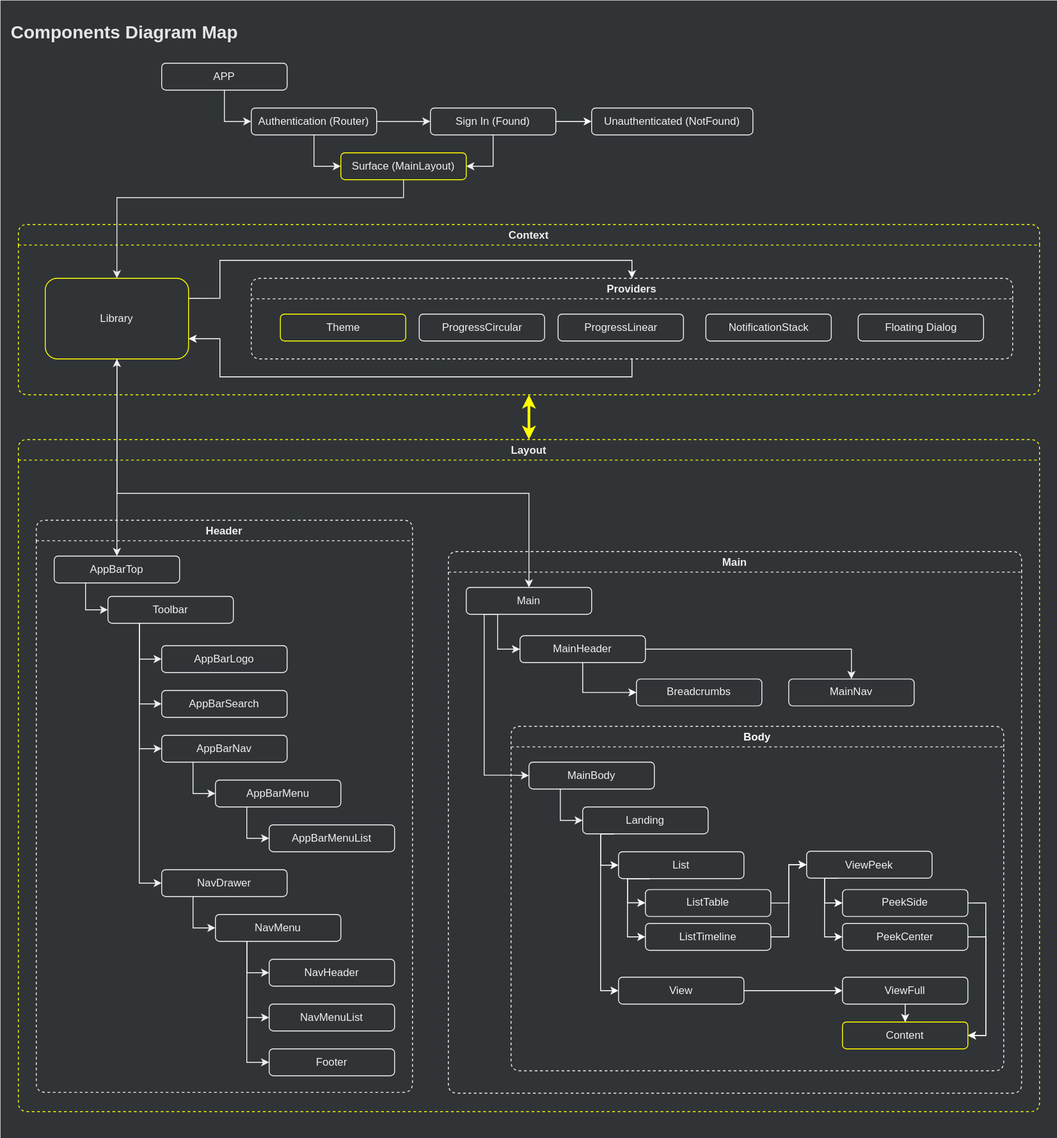
Earlier version of the draw.io export diagrams/juvpro/components-diagram-map.svg (tcjpd/tcjpd.github.io). Source tidied: cells renumbered, new cells last; positions are measured from the earlier drawing's top-left corner, leaving out a move shared by most shapes.
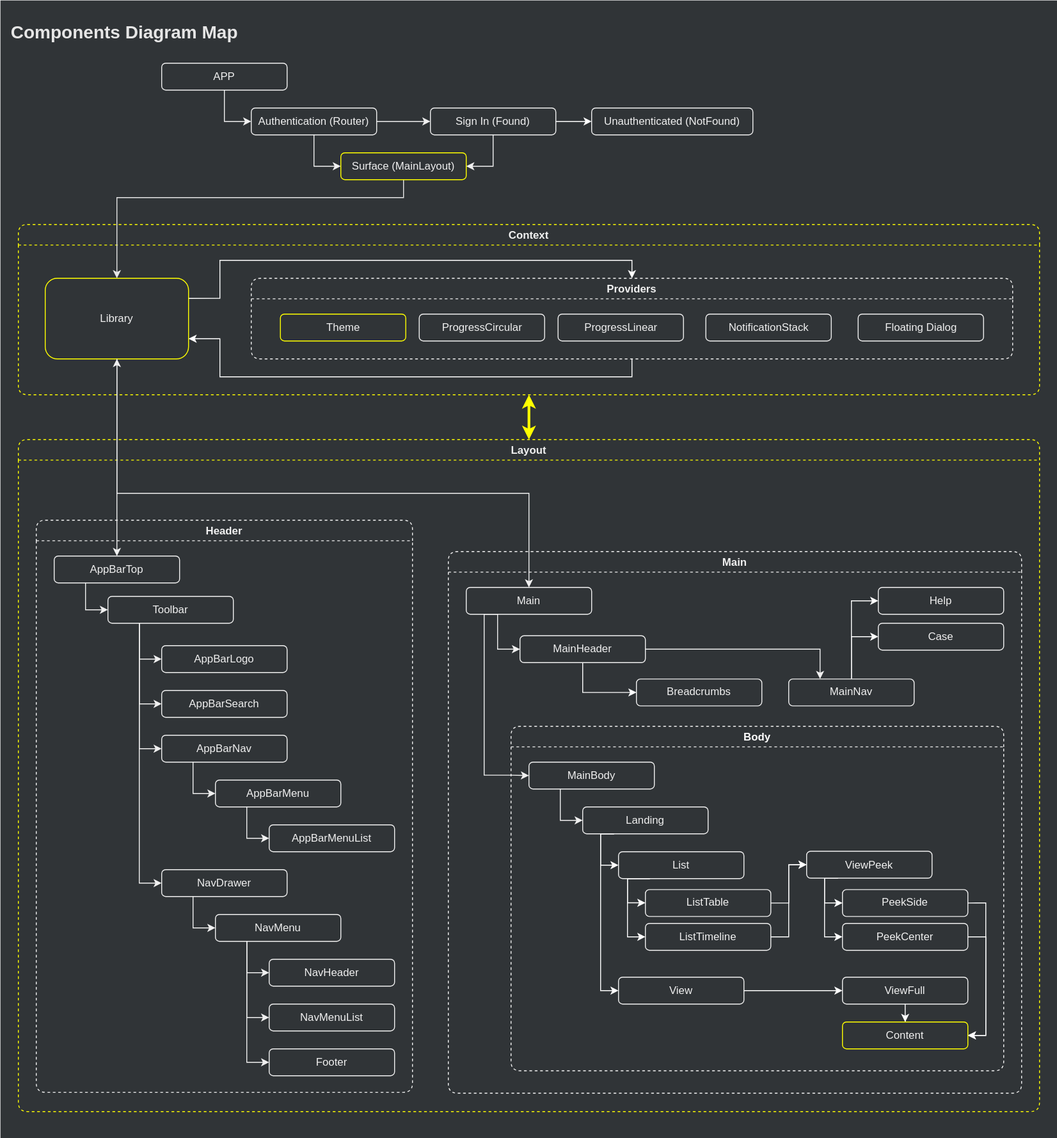
After the change.

What changed in the source:
```diff
@@ -195,10 +195,10 @@
         </Array>
       </mxGeometry>
     </mxCell>
-    <mxCell id="47" style="edgeStyle=orthogonalEdgeStyle;rounded=0;jettySize=auto;html=1;exitX=1;exitY=0.5;exitDx=0;exitDy=0;entryX=0.5;entryY=0;entryDx=0;entryDy=0;strokeColor=#F0F0F0;" parent="42" edge="1" source="50" target="51">
+    <mxCell id="47" style="edgeStyle=orthogonalEdgeStyle;rounded=0;jettySize=auto;html=1;exitX=1;exitY=0.5;exitDx=0;exitDy=0;entryX=0.25;entryY=0;entryDx=0;entryDy=0;strokeColor=#F0F0F0;" parent="42" edge="1" source="50" target="51">
       <mxGeometry relative="1" as="geometry">
         <Array as="points">
-          <mxPoint x="450" y="109" />
+          <mxPoint x="415" y="109" />
         </Array>
       </mxGeometry>
     </mxCell>
@@ -211,6 +211,12 @@
     <mxCell id="50" value="MainHeader" style="rounded=1;whiteSpace=wrap;html=1;fontColor=#F0F0F0;strokeColor=#F0F0F0;fillColor=#303437;" parent="42" vertex="1">
       <mxGeometry x="80" y="94" width="140" height="30" as="geometry" />
     </mxCell>
+    <mxCell id="109" style="edgeStyle=orthogonalEdgeStyle;rounded=0;jettySize=auto;html=1;entryX=0;entryY=0.5;entryDx=0;entryDy=0;strokeColor=#FFFFFF;" parent="42" edge="1" source="51" target="111">
+      <mxGeometry relative="1" as="geometry" />
+    </mxCell>
+    <mxCell id="110" style="edgeStyle=orthogonalEdgeStyle;rounded=0;jettySize=auto;html=1;entryX=0;entryY=0.5;entryDx=0;entryDy=0;strokeColor=#FFFFFF;" parent="42" edge="1" source="51" target="112">
+      <mxGeometry relative="1" as="geometry" />
+    </mxCell>
     <mxCell id="51" value="MainNav" style="rounded=1;whiteSpace=wrap;html=1;fontColor=#F0F0F0;strokeColor=#F0F0F0;fillColor=#303437;" parent="42" vertex="1">
       <mxGeometry x="380" y="142.2" width="140" height="30" as="geometry" />
     </mxCell>
@@ -370,6 +376,12 @@
         </Array>
       </mxGeometry>
     </mxCell>
+    <mxCell id="111" value="Help" style="rounded=1;whiteSpace=wrap;html=1;fontColor=#F0F0F0;strokeColor=#F0F0F0;fillColor=#303437;" parent="42" vertex="1">
+      <mxGeometry x="480" y="40" width="140" height="30" as="geometry" />
+    </mxCell>
+    <mxCell id="112" value="Case" style="rounded=1;whiteSpace=wrap;html=1;fontColor=#F0F0F0;strokeColor=#F0F0F0;fillColor=#303437;" parent="42" vertex="1">
+      <mxGeometry x="480" y="80" width="140" height="30" as="geometry" />
+    </mxCell>
     <mxCell id="85" style="edgeStyle=orthogonalEdgeStyle;rounded=0;jettySize=auto;html=1;entryX=1;entryY=0.5;entryDx=0;entryDy=0;strokeColor=#F0F0F0;" parent="3" edge="1" source="87" target="105">
       <mxGeometry relative="1" as="geometry" />
     </mxCell>
```
